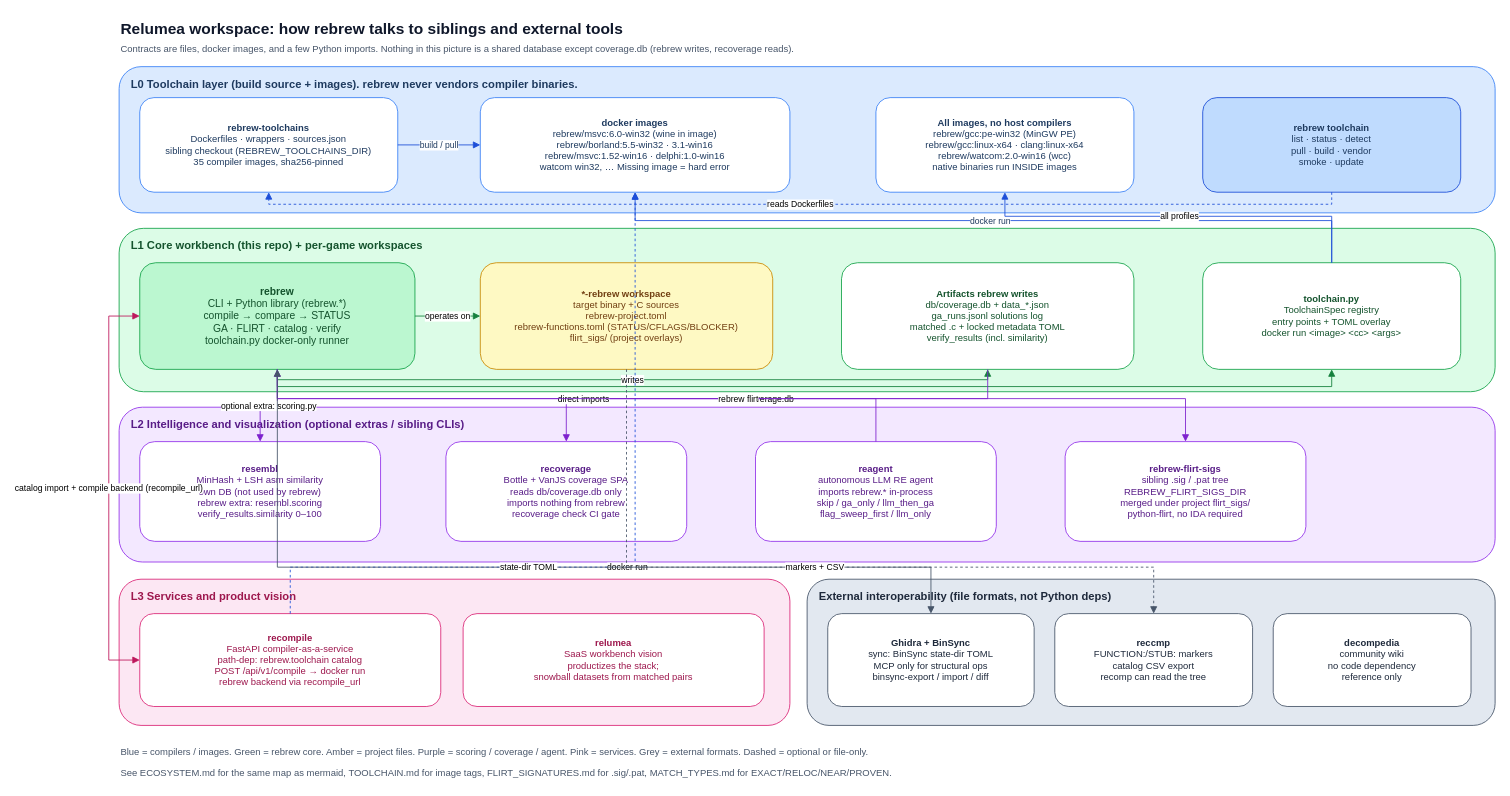
Above: page "1. Ecosystem" (1 of 9) of docs/architecture.drawio in maci0/rebrew (draw.io), before the change. Source tidied: cells renumbered, new cells numbered last; positions are measured from the earlier drawing's top-left corner, leaving out a move shared by most shapes. Both pictures are drawn from the tidied source at 86%, with x=0, y=0 at pixel (108, 15).
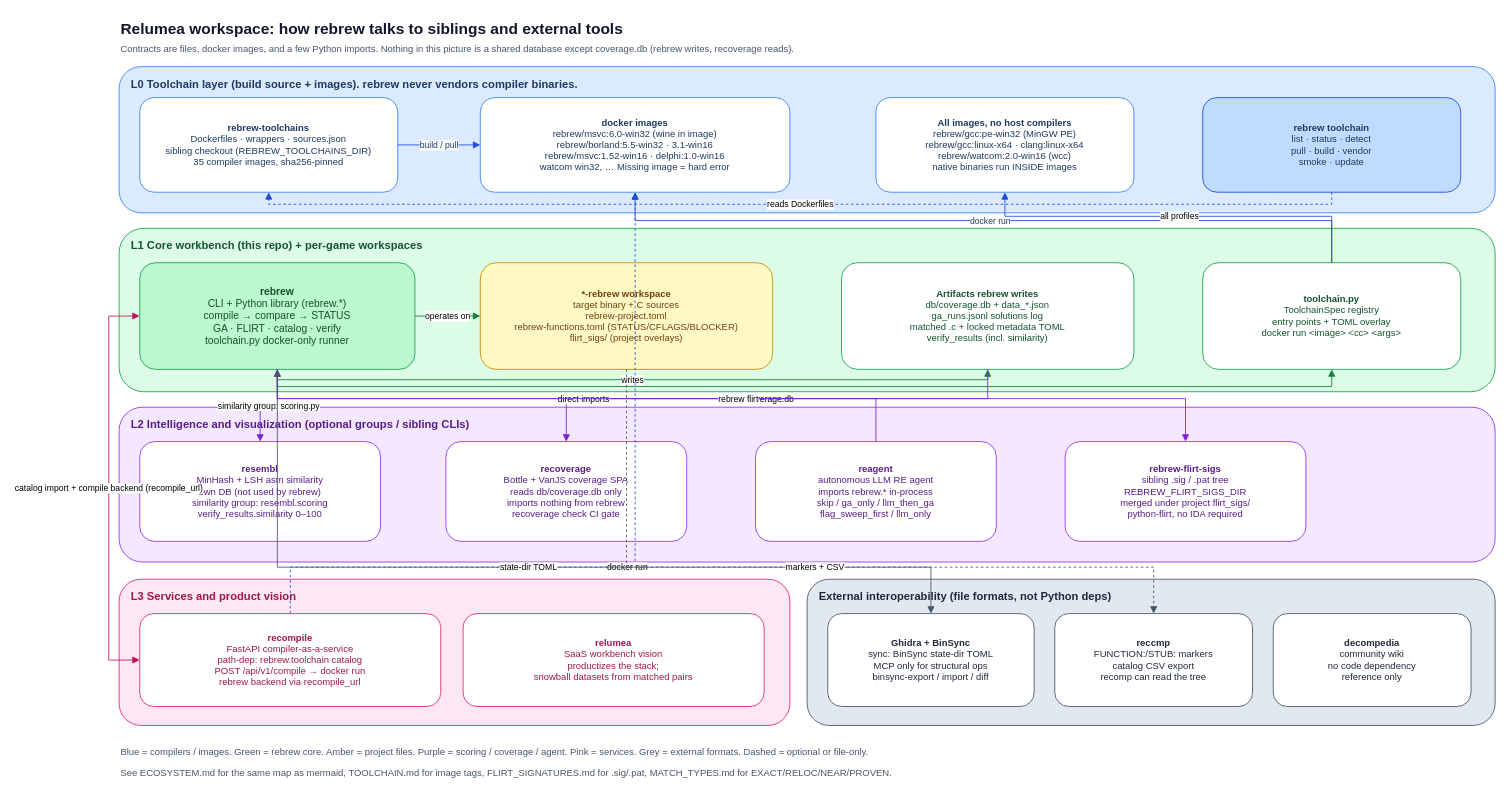
The same diagram, later.

The change refers to these unchanged cells:
```xml
<mxCell id="12" value="&lt;b&gt;rebrew&lt;/b&gt;&lt;br&gt;CLI + Python library (rebrew.*)&lt;br&gt;compile → compare → STATUS&lt;br&gt;GA · FLIRT · catalog · verify&lt;br&gt;toolchain.py docker-only runner" style="rounded=1;whiteSpace=wrap;html=1;fillColor=#bbf7d0;strokeColor=#16a34a;fontColor=#14532d;align=center;fontSize=12;fontStyle=0;" parent="1" vertex="1">
  <mxGeometry x="36" y="288" width="320" height="124" as="geometry" />
</mxCell>
```

Change to the diagram source:
```diff
@@
-    <mxCell id="21" value="L2  Intelligence and visualization (optional extras / sibling CLIs)" style="rounded=1;whiteSpace=wrap;html=1;align=left;verticalAlign=top;spacingLeft=12;spacingTop=6;fillColor=#f3e8ff;strokeColor=#9333ea;fontColor=#581c87;fontStyle=1;fontSize=13;" parent="1" vertex="1">
+    <mxCell id="21" value="L2  Intelligence and visualization (optional groups / sibling CLIs)" style="rounded=1;whiteSpace=wrap;html=1;align=left;verticalAlign=top;spacingLeft=12;spacingTop=6;fillColor=#f3e8ff;strokeColor=#9333ea;fontColor=#581c87;fontStyle=1;fontSize=13;" parent="1" vertex="1">
       <mxGeometry x="12" y="456" width="1600" height="180" as="geometry" />
     </mxCell>
-    <mxCell id="22" value="&lt;b&gt;resembl&lt;/b&gt;&lt;br&gt;MinHash + LSH asm similarity&lt;br&gt;own DB (not used by rebrew)&lt;br&gt;rebrew extra: resembl.scoring&lt;br&gt;verify_results.similarity 0–100" style="rounded=1;whiteSpace=wrap;html=1;fillColor=#ffffff;strokeColor=#9333ea;fontColor=#581c87;align=center;fontSize=11;" parent="1" vertex="1">
+    <mxCell id="22" value="&lt;b&gt;resembl&lt;/b&gt;&lt;br&gt;MinHash + LSH asm similarity&lt;br&gt;own DB (not used by rebrew)&lt;br&gt;similarity group: resembl.scoring&lt;br&gt;verify_results.similarity 0–100" style="rounded=1;whiteSpace=wrap;html=1;fillColor=#ffffff;strokeColor=#9333ea;fontColor=#581c87;align=center;fontSize=11;" parent="1" vertex="1">
       <mxGeometry x="36" y="496" width="280" height="116" as="geometry" />
     </mxCell>
@@
-    <mxCell id="26" value="optional extra: scoring.py" style="edgeStyle=orthogonalEdgeStyle;rounded=0;html=1;strokeColor=#7e22ce;fontSize=10;endArrow=block;" parent="1" edge="1" source="12" target="22">
+    <mxCell id="26" value="similarity group: scoring.py" style="edgeStyle=orthogonalEdgeStyle;rounded=0;html=1;strokeColor=#7e22ce;fontSize=10;endArrow=block;" parent="1" edge="1" source="12" target="22">
       <mxGeometry relative="1" as="geometry" />
     </mxCell>
```
